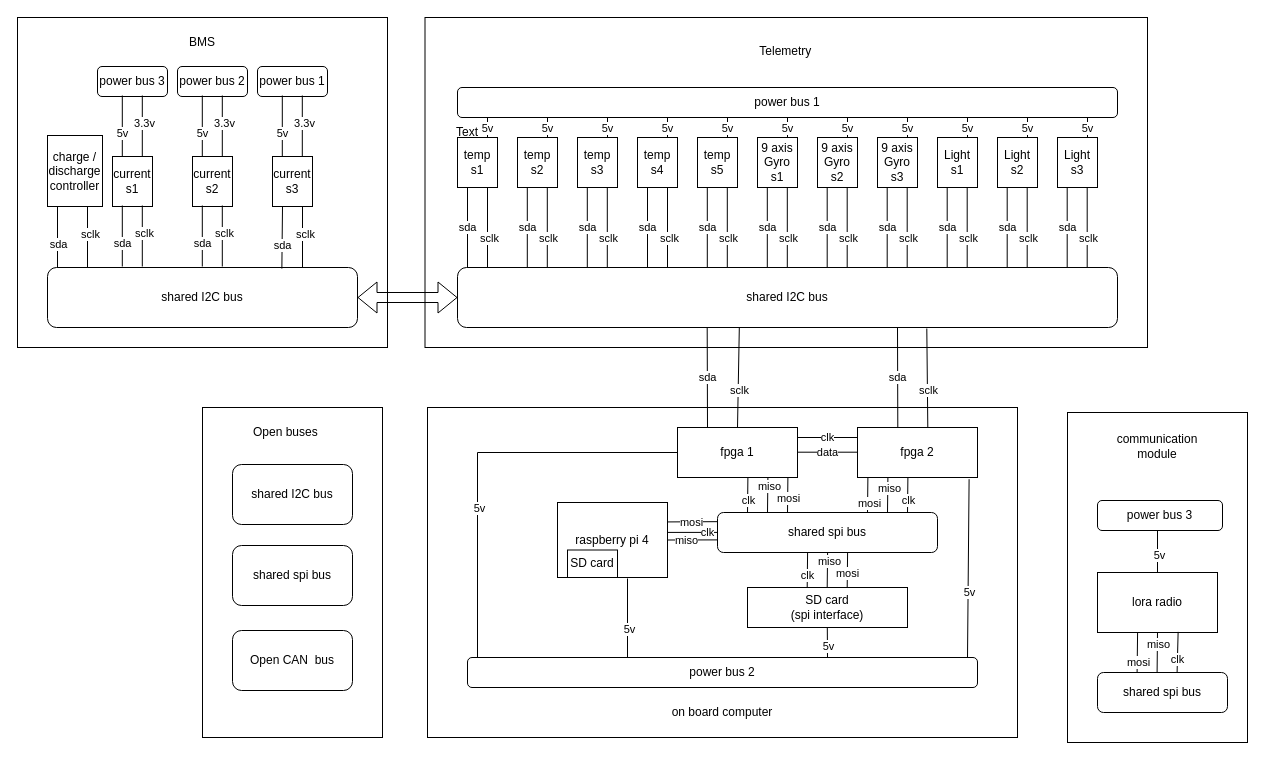
Above: schematics/bus_diagram.drawio in Martin-Andonov/diplomna2024 (draw.io), before the change. Source tidied: cells renumbered, new cells numbered last; positions are measured from the earlier drawing's top-left corner, leaving out a move shared by most shapes. Both pictures are drawn from the tidied source at 100%, with x=0, y=0 at pixel (17, 17).
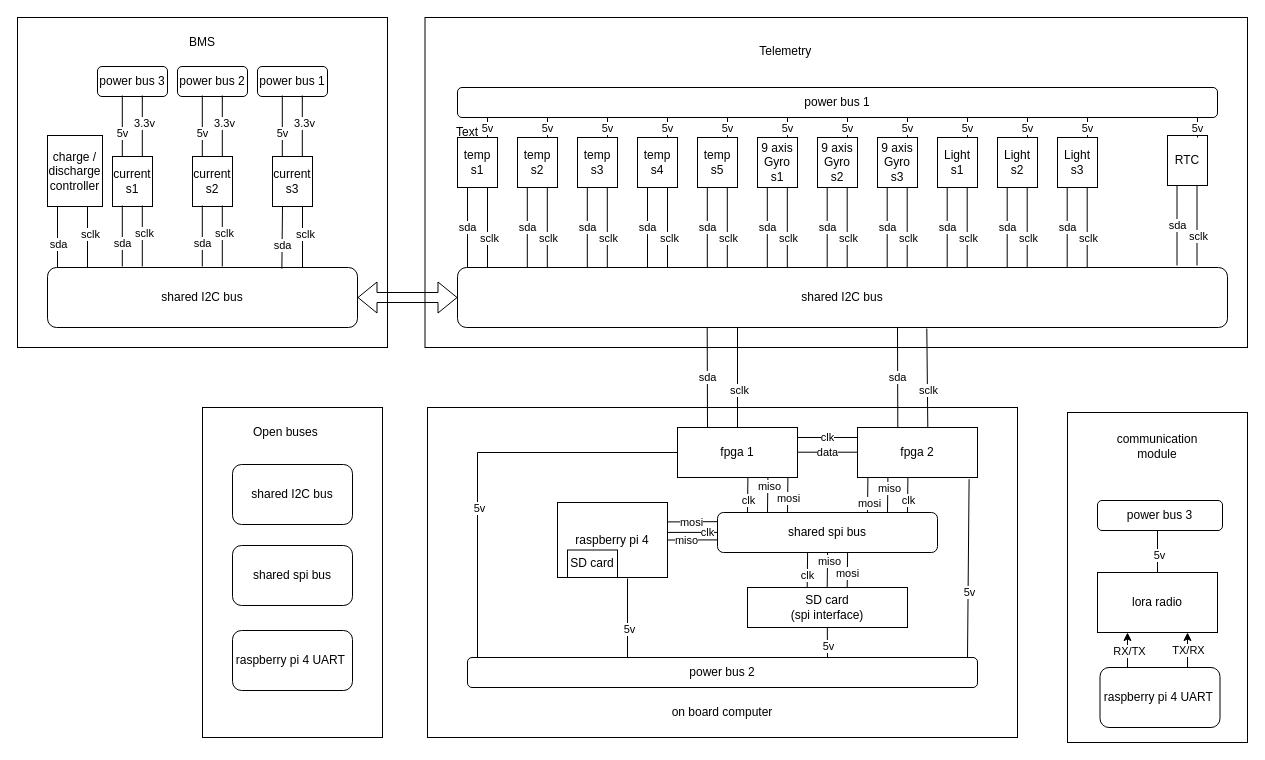
The same page after the edit.

The change refers to these unchanged cells:
```xml
<mxCell id="147" value="lora radio" style="rounded=0;whiteSpace=wrap;html=1;" parent="1" vertex="1">
  <mxGeometry x="1080" y="555" width="120" height="60" as="geometry" />
</mxCell>
```

Change to the diagram source:
```diff
@@
     <mxCell id="4" style="rounded=0;whiteSpace=wrap;html=1;" parent="1" vertex="1">
-      <mxGeometry x="407.5" width="722.5" height="330" as="geometry" />
+      <mxGeometry x="407.5" width="822.5" height="330" as="geometry" />
     </mxCell>
@@
     <mxCell id="6" value="shared I2C bus" style="rounded=1;whiteSpace=wrap;html=1;" parent="1" vertex="1">
-      <mxGeometry x="440" y="250" width="660" height="60" as="geometry" />
+      <mxGeometry x="440" y="250" width="770" height="60" as="geometry" />
     </mxCell>
@@
-    <mxCell id="52" style="endArrow=none;html=1;rounded=0;exitX=0.422;exitY=0;exitDx=0;exitDy=0;exitPerimeter=0;entryX=0.427;entryY=0.999;entryDx=0;entryDy=0;entryPerimeter=0;" parent="1" edge="1" target="6">
+    <mxCell id="52" style="endArrow=none;html=1;rounded=0;exitX=0.422;exitY=0;exitDx=0;exitDy=0;exitPerimeter=0;" parent="1" edge="1">
       <mxGeometry relative="1" as="geometry">
         <mxPoint x="720" y="410" as="sourcePoint" />
+        <mxPoint x="720" y="310" as="targetPoint" />
       </mxGeometry>
     </mxCell>
@@
     <mxCell id="82" value="power bus 1" style="rounded=1;whiteSpace=wrap;html=1;" parent="1" vertex="1">
-      <mxGeometry x="440" y="70" width="660" height="30" as="geometry" />
+      <mxGeometry x="440" y="70" width="760" height="30" as="geometry" />
     </mxCell>
@@
-    <mxCell id="148" value="shared spi bus" style="rounded=1;whiteSpace=wrap;html=1;" parent="1" vertex="1">
-      <mxGeometry x="1080" y="655" width="130" height="40" as="geometry" />
-    </mxCell>
-    <mxCell id="149" style="endArrow=none;html=1;rounded=0;entryX=0.334;entryY=1.008;entryDx=0;entryDy=0;entryPerimeter=0;exitX=0;exitY=0;exitDx=0;exitDy=0;" parent="1" edge="1" target="147">
-      <mxGeometry relative="1" as="geometry">
-        <mxPoint x="1119.6" y="655" as="sourcePoint" />
-      </mxGeometry>
-    </mxCell>
-    <mxCell id="150" value="mosi" style="edgeLabel;html=1;align=center;verticalAlign=middle;" parent="149" vertex="1">
-      <mxGeometry x="-0.42" y="-1" relative="1" as="geometry" />
-    </mxCell>
-    <mxCell id="151" style="endArrow=none;html=1;rounded=0;entryX=0.5;entryY=1;entryDx=0;entryDy=0;exitX=0;exitY=0;exitDx=0;exitDy=0;" parent="1" edge="1" target="147">
-      <mxGeometry relative="1" as="geometry">
-        <mxPoint x="1139.6" y="655" as="sourcePoint" />
-      </mxGeometry>
-    </mxCell>
-    <mxCell id="152" value="miso" style="edgeLabel;html=1;align=center;verticalAlign=middle;" parent="151" vertex="1">
-      <mxGeometry x="0.65" y="-1" relative="1" as="geometry">
-        <mxPoint y="4" as="offset" />
-      </mxGeometry>
-    </mxCell>
-    <mxCell id="153" style="endArrow=none;html=1;rounded=0;entryX=0.672;entryY=0.99;entryDx=0;entryDy=0;entryPerimeter=0;exitX=0;exitY=0;exitDx=0;exitDy=0;" parent="1" edge="1" target="147">
-      <mxGeometry relative="1" as="geometry">
-        <mxPoint x="1159.6" y="655" as="sourcePoint" />
-      </mxGeometry>
-    </mxCell>
-    <mxCell id="154" value="clk" style="edgeLabel;html=1;align=center;verticalAlign=middle;" parent="153" vertex="1">
-      <mxGeometry x="-0.29" relative="1" as="geometry" />
-    </mxCell>
@@
-    <mxCell id="164" value="Open CAN&amp;nbsp; bus" style="rounded=1;whiteSpace=wrap;html=1;" parent="1" vertex="1">
+    <mxCell id="164" value="raspberry pi 4 UART&amp;nbsp;" style="rounded=1;whiteSpace=wrap;html=1;" parent="1" vertex="1">
       <mxGeometry x="215" y="613" width="120" height="60" as="geometry" />
     </mxCell>
@@
+    <mxCell id="179" value="RTC" style="rounded=0;whiteSpace=wrap;html=1;" parent="1" vertex="1">
+      <mxGeometry x="1150" y="118" width="40" height="50" as="geometry" />
+    </mxCell>
+    <mxCell id="180" value="sda" style="endArrow=none;html=1;rounded=0;entryX=0.25;entryY=1;entryDx=0;entryDy=0;" parent="1" edge="1">
+      <mxGeometry relative="1" as="geometry">
+        <mxPoint x="1159.5" y="248" as="sourcePoint" />
+        <mxPoint x="1159.5" y="168" as="targetPoint" />
+      </mxGeometry>
+    </mxCell>
+    <mxCell id="181" style="endArrow=none;html=1;rounded=0;entryX=0.25;entryY=1;entryDx=0;entryDy=0;" parent="1" edge="1">
+      <mxGeometry relative="1" as="geometry">
+        <mxPoint x="1179.5" y="248" as="sourcePoint" />
+        <mxPoint x="1179.5" y="168" as="targetPoint" />
+      </mxGeometry>
+    </mxCell>
+    <mxCell id="182" value="sclk" style="edgeLabel;html=1;align=center;verticalAlign=middle;" parent="181" vertex="1">
+      <mxGeometry x="-0.25" y="-1" relative="1" as="geometry" />
+    </mxCell>
+    <mxCell id="183" style="endArrow=none;html=1;rounded=0;exitX=0.75;exitY=0;exitDx=0;exitDy=0;" parent="1" edge="1">
+      <mxGeometry relative="1" as="geometry">
+        <mxPoint x="1180" y="120" as="sourcePoint" />
+        <mxPoint x="1180" y="100" as="targetPoint" />
+      </mxGeometry>
+    </mxCell>
+    <mxCell id="184" value="5v" style="edgeLabel;html=1;align=center;verticalAlign=middle;" parent="183" vertex="1">
+      <mxGeometry x="-0.03" y="1" relative="1" as="geometry" />
+    </mxCell>
+    <mxCell id="185" style="edgeStyle=orthogonalEdgeStyle;rounded=0;jettySize=auto;html=1;exitX=0.25;exitY=0;exitDx=0;exitDy=0;entryX=0.25;entryY=1;entryDx=0;entryDy=0;" parent="1" edge="1" source="189" target="147">
+      <mxGeometry relative="1" as="geometry" />
+    </mxCell>
+    <mxCell id="186" value="RX/TX" style="edgeLabel;html=1;align=center;verticalAlign=middle;" parent="185" vertex="1">
+      <mxGeometry x="0.03" y="-1" relative="1" as="geometry" />
+    </mxCell>
+    <mxCell id="187" style="edgeStyle=orthogonalEdgeStyle;rounded=0;jettySize=auto;html=1;exitX=0.75;exitY=0;exitDx=0;exitDy=0;entryX=0.75;entryY=1;entryDx=0;entryDy=0;" parent="1" edge="1" source="189" target="147">
+      <mxGeometry relative="1" as="geometry" />
+    </mxCell>
+    <mxCell id="188" value="TX/RX" style="edgeLabel;html=1;align=center;verticalAlign=middle;" parent="187" vertex="1">
+      <mxGeometry x="0.07" relative="1" as="geometry" />
+    </mxCell>
+    <mxCell id="189" value="raspberry pi 4 UART&amp;nbsp;" style="rounded=1;whiteSpace=wrap;html=1;" parent="1" vertex="1">
+      <mxGeometry x="1082.5" y="650" width="120" height="60" as="geometry" />
+    </mxCell>
```
